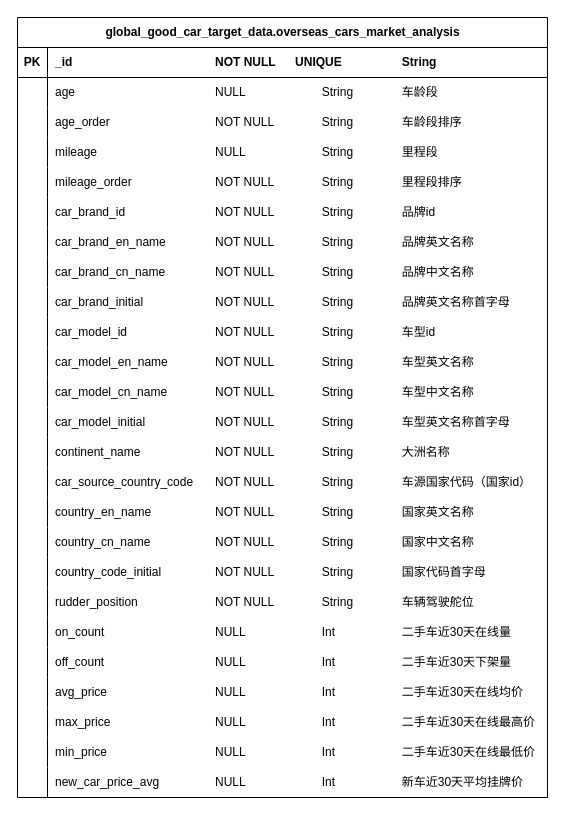
Above: 广东好车.drawio in wangzijia122/drawio_repository (draw.io), before the change. Source tidied: cells renumbered, new cells numbered last; positions are measured from the earlier drawing's top-left corner, leaving out a move shared by most shapes. Both pictures are drawn from the tidied source at 100%, with x=0, y=0 at pixel (17, 17).
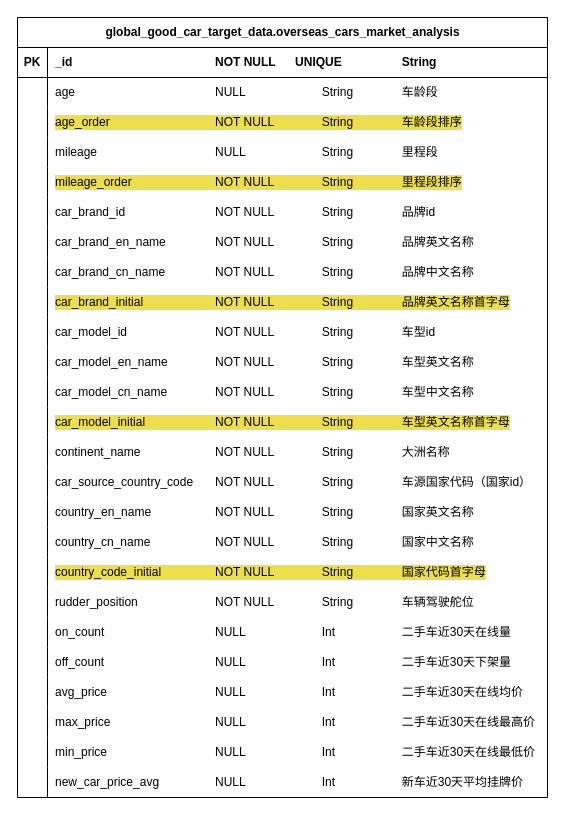
After the change.

Commit message (it also covers changes not shown here):
更新广东好车.drawio

The change refers to these unchanged cells:
```xml
<mxCell id="9" style="shape=tableRow;horizontal=0;startSize=0;swimlaneHead=0;swimlaneBody=0;fillColor=none;top=0;left=0;right=0;bottom=0;" parent="2" vertex="1">
  <mxGeometry y="90" width="530" height="30" as="geometry" />
</mxCell>
<mxCell id="15" style="shape=tableRow;horizontal=0;startSize=0;swimlaneHead=0;swimlaneBody=0;fillColor=none;top=0;left=0;right=0;bottom=0;" parent="2" vertex="1">
  <mxGeometry y="150" width="530" height="30" as="geometry" />
</mxCell>
<mxCell id="27" style="shape=tableRow;horizontal=0;startSize=0;swimlaneHead=0;swimlaneBody=0;fillColor=none;top=0;left=0;right=0;bottom=0;" parent="2" vertex="1">
  <mxGeometry y="270" width="530" height="30" as="geometry" />
</mxCell>
<mxCell id="39" style="shape=tableRow;horizontal=0;startSize=0;swimlaneHead=0;swimlaneBody=0;fillColor=none;top=0;left=0;right=0;bottom=0;" parent="2" vertex="1">
  <mxGeometry y="390" width="530" height="30" as="geometry" />
</mxCell>
<mxCell id="54" style="shape=tableRow;horizontal=0;startSize=0;swimlaneHead=0;swimlaneBody=0;fillColor=none;top=0;left=0;right=0;bottom=0;" parent="2" vertex="1">
  <mxGeometry y="540" width="530" height="30" as="geometry" />
</mxCell>
```

Change to the diagram source:
```diff
@@
-    <mxCell id="11" value="age_order&lt;span style=&quot;white-space: pre;&quot;&gt;&#9;&lt;/span&gt;&lt;span style=&quot;white-space: pre;&quot;&gt;&#9;&lt;span style=&quot;white-space: pre;&quot;&gt;&#9;&lt;/span&gt;&lt;span style=&quot;white-space: pre;&quot;&gt;&#9;&lt;/span&gt;&lt;/span&gt;NOT NULL&lt;span style=&quot;white-space: pre;&quot;&gt;&#9;&lt;span style=&quot;white-space: pre;&quot;&gt;&#9;&lt;/span&gt;&lt;/span&gt;String&lt;span style=&quot;white-space: pre;&quot;&gt;&#9;&lt;/span&gt;&lt;span style=&quot;white-space: pre;&quot;&gt;&#9;&lt;/span&gt;车龄段排序" style="shape=partialRectangle;fillColor=none;top=0;left=0;bottom=0;right=0;align=left;spacingLeft=6;overflow=hidden;whiteSpace=wrap;html=1;" parent="9" vertex="1">
+    <mxCell id="11" value="age_order&lt;span style=&quot;white-space: pre;&quot;&gt;&#9;&lt;/span&gt;&lt;span style=&quot;white-space: pre;&quot;&gt;&#9;&lt;span style=&quot;white-space: pre;&quot;&gt;&#9;&lt;/span&gt;&lt;span style=&quot;white-space: pre;&quot;&gt;&#9;&lt;/span&gt;&lt;/span&gt;NOT NULL&lt;span style=&quot;white-space: pre;&quot;&gt;&#9;&lt;span style=&quot;white-space: pre;&quot;&gt;&#9;&lt;/span&gt;&lt;/span&gt;String&lt;span style=&quot;white-space: pre;&quot;&gt;&#9;&lt;/span&gt;&lt;span style=&quot;white-space: pre;&quot;&gt;&#9;&lt;/span&gt;车龄段排序" style="shape=partialRectangle;fillColor=none;top=0;left=0;bottom=0;right=0;align=left;spacingLeft=6;overflow=hidden;whiteSpace=wrap;html=1;labelBackgroundColor=#ecdf4b;" parent="9" vertex="1">
       <mxGeometry x="30" width="500" height="30" as="geometry" />
     </mxCell>
@@
-    <mxCell id="17" value="mileage_order&lt;span style=&quot;white-space: pre;&quot;&gt;&#9;&lt;/span&gt;&lt;span style=&quot;white-space: pre;&quot;&gt;&#9;&lt;span style=&quot;white-space: pre;&quot;&gt;&#9;&lt;/span&gt;&lt;span style=&quot;white-space: pre;&quot;&gt;&#9;&lt;/span&gt;&lt;/span&gt;NOT NULL&amp;nbsp;&lt;span style=&quot;white-space: pre;&quot;&gt;&#9;&lt;span style=&quot;white-space: pre;&quot;&gt;&#9;&lt;/span&gt;&lt;/span&gt;String&lt;span style=&quot;white-space: pre;&quot;&gt;&#9;&lt;/span&gt;&lt;span style=&quot;white-space: pre;&quot;&gt;&#9;&lt;/span&gt;里程段排序" style="shape=partialRectangle;fillColor=none;top=0;left=0;bottom=0;right=0;align=left;spacingLeft=6;overflow=hidden;whiteSpace=wrap;html=1;" parent="15" vertex="1">
+    <mxCell id="17" value="mileage_order&lt;span style=&quot;white-space: pre;&quot;&gt;&#9;&lt;/span&gt;&lt;span style=&quot;white-space: pre;&quot;&gt;&#9;&lt;span style=&quot;white-space: pre;&quot;&gt;&#9;&lt;/span&gt;&lt;span style=&quot;white-space: pre;&quot;&gt;&#9;&lt;/span&gt;&lt;/span&gt;NOT NULL&amp;nbsp;&lt;span style=&quot;white-space: pre;&quot;&gt;&#9;&lt;span style=&quot;white-space: pre;&quot;&gt;&#9;&lt;/span&gt;&lt;/span&gt;String&lt;span style=&quot;white-space: pre;&quot;&gt;&#9;&lt;/span&gt;&lt;span style=&quot;white-space: pre;&quot;&gt;&#9;&lt;/span&gt;里程段排序" style="shape=partialRectangle;fillColor=none;top=0;left=0;bottom=0;right=0;align=left;spacingLeft=6;overflow=hidden;whiteSpace=wrap;html=1;labelBackgroundColor=#ecdf4b;" parent="15" vertex="1">
       <mxGeometry x="30" width="500" height="30" as="geometry" />
     </mxCell>
@@
-    <mxCell id="29" value="car_brand_initial&lt;span style=&quot;white-space: pre;&quot;&gt;&#9;&lt;/span&gt;&lt;span style=&quot;white-space: pre;&quot;&gt;&#9;&lt;/span&gt;&lt;span style=&quot;white-space: pre;&quot;&gt;&#9;&lt;/span&gt;NOT NULL&lt;span style=&quot;white-space: pre;&quot;&gt;&#9;&lt;/span&gt;&lt;span style=&quot;white-space: pre;&quot;&gt;&#9;&lt;/span&gt;String&lt;span style=&quot;white-space: pre;&quot;&gt;&#9;&lt;/span&gt;&lt;span style=&quot;white-space: pre;&quot;&gt;&#9;&lt;/span&gt;品牌英文名称首字母" style="shape=partialRectangle;fillColor=none;top=0;left=0;bottom=0;right=0;align=left;spacingLeft=6;overflow=hidden;whiteSpace=wrap;html=1;" parent="27" vertex="1">
+    <mxCell id="29" value="car_brand_initial&lt;span style=&quot;white-space: pre;&quot;&gt;&#9;&lt;/span&gt;&lt;span style=&quot;white-space: pre;&quot;&gt;&#9;&lt;/span&gt;&lt;span style=&quot;white-space: pre;&quot;&gt;&#9;&lt;/span&gt;NOT NULL&lt;span style=&quot;white-space: pre;&quot;&gt;&#9;&lt;/span&gt;&lt;span style=&quot;white-space: pre;&quot;&gt;&#9;&lt;/span&gt;String&lt;span style=&quot;white-space: pre;&quot;&gt;&#9;&lt;/span&gt;&lt;span style=&quot;white-space: pre;&quot;&gt;&#9;&lt;/span&gt;品牌英文名称首字母" style="shape=partialRectangle;fillColor=none;top=0;left=0;bottom=0;right=0;align=left;spacingLeft=6;overflow=hidden;whiteSpace=wrap;html=1;labelBackgroundColor=#ecdf4b;" parent="27" vertex="1">
       <mxGeometry x="30" width="500" height="30" as="geometry" />
     </mxCell>
@@
-    <mxCell id="41" value="car_model_initial&lt;span style=&quot;white-space: pre;&quot;&gt;&#9;&lt;/span&gt;&lt;span style=&quot;white-space: pre;&quot;&gt;&#9;&lt;/span&gt;&lt;span style=&quot;white-space: pre;&quot;&gt;&#9;&lt;/span&gt;NOT NULL&lt;span style=&quot;white-space: pre;&quot;&gt;&#9;&lt;/span&gt;&lt;span style=&quot;white-space: pre;&quot;&gt;&#9;&lt;/span&gt;String&lt;span style=&quot;white-space: pre;&quot;&gt;&#9;&lt;/span&gt;&lt;span style=&quot;white-space: pre;&quot;&gt;&#9;&lt;/span&gt;车型英文名称首字母" style="shape=partialRectangle;fillColor=none;top=0;left=0;bottom=0;right=0;align=left;spacingLeft=6;overflow=hidden;whiteSpace=wrap;html=1;" parent="39" vertex="1">
+    <mxCell id="41" value="car_model_initial&lt;span style=&quot;white-space: pre;&quot;&gt;&#9;&lt;/span&gt;&lt;span style=&quot;white-space: pre;&quot;&gt;&#9;&lt;/span&gt;&lt;span style=&quot;white-space: pre;&quot;&gt;&#9;&lt;/span&gt;NOT NULL&lt;span style=&quot;white-space: pre;&quot;&gt;&#9;&lt;/span&gt;&lt;span style=&quot;white-space: pre;&quot;&gt;&#9;&lt;/span&gt;String&lt;span style=&quot;white-space: pre;&quot;&gt;&#9;&lt;/span&gt;&lt;span style=&quot;white-space: pre;&quot;&gt;&#9;&lt;/span&gt;车型英文名称首字母" style="shape=partialRectangle;fillColor=none;top=0;left=0;bottom=0;right=0;align=left;spacingLeft=6;overflow=hidden;whiteSpace=wrap;html=1;labelBackgroundColor=#ecdf4b;" parent="39" vertex="1">
       <mxGeometry x="30" width="500" height="30" as="geometry" />
     </mxCell>
@@
-    <mxCell id="56" value="country_code_initial&lt;span style=&quot;white-space: pre;&quot;&gt;&#9;&lt;/span&gt;&lt;span style=&quot;white-space: pre;&quot;&gt;&#9;&lt;/span&gt;NOT NULL&lt;span style=&quot;white-space: pre;&quot;&gt;&#9;&lt;/span&gt;&lt;span style=&quot;white-space: pre;&quot;&gt;&#9;&lt;/span&gt;String&lt;span style=&quot;white-space: pre;&quot;&gt;&#9;&lt;/span&gt;&lt;span style=&quot;white-space: pre;&quot;&gt;&#9;&lt;/span&gt;国家代码首字母" style="shape=partialRectangle;fillColor=none;top=0;left=0;bottom=0;right=0;align=left;spacingLeft=6;overflow=hidden;whiteSpace=wrap;html=1;" parent="54" vertex="1">
+    <mxCell id="56" value="country_code_initial&lt;span style=&quot;white-space: pre;&quot;&gt;&#9;&lt;/span&gt;&lt;span style=&quot;white-space: pre;&quot;&gt;&#9;&lt;/span&gt;NOT NULL&lt;span style=&quot;white-space: pre;&quot;&gt;&#9;&lt;/span&gt;&lt;span style=&quot;white-space: pre;&quot;&gt;&#9;&lt;/span&gt;String&lt;span style=&quot;white-space: pre;&quot;&gt;&#9;&lt;/span&gt;&lt;span style=&quot;white-space: pre;&quot;&gt;&#9;&lt;/span&gt;国家代码首字母" style="shape=partialRectangle;fillColor=none;top=0;left=0;bottom=0;right=0;align=left;spacingLeft=6;overflow=hidden;whiteSpace=wrap;html=1;labelBackgroundColor=#ecdf4b;" parent="54" vertex="1">
       <mxGeometry x="30" width="500" height="30" as="geometry" />
     </mxCell>
```
